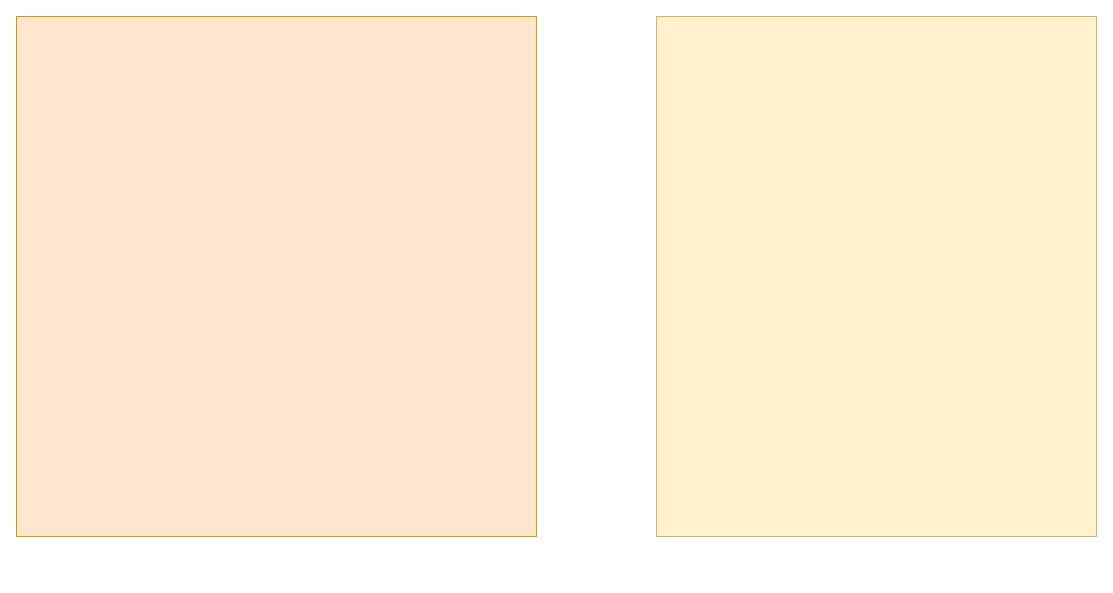
Before: CS/ComputerNetwork/LanChatStructureDiagram.drawio in umiskky/Diagrams, a draw.io diagram. Source tidied: cells renumbered, new cells numbered last; positions are measured from the earlier drawing's top-left corner, leaving out a move shared by most shapes. Both pictures are drawn from the tidied source at 100%, with x=0, y=0 at pixel (16, 16).
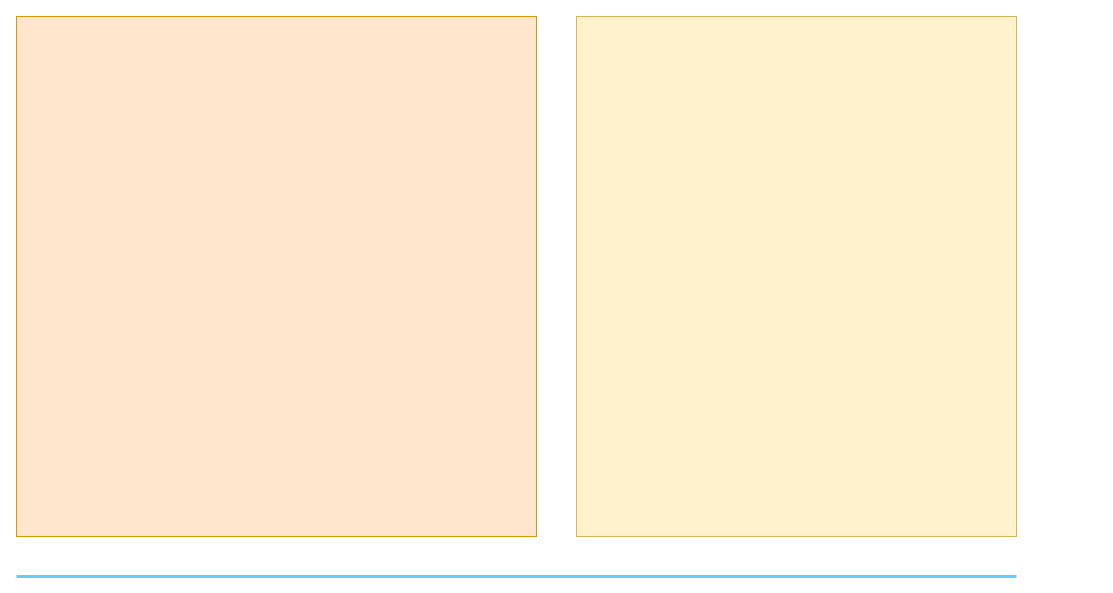
The same page after the edit.

What changed in the source:
```diff
@@
 <mxGraphModel>
   <root>
     <mxCell id="0" />
     <mxCell id="1" parent="0" />
     <mxCell id="2" style="rounded=0;whiteSpace=wrap;html=1;fillColor=#ffe6cc;strokeColor=#d79b00;" parent="1" vertex="1">
       <mxGeometry width="520" height="520" as="geometry" />
     </mxCell>
     <mxCell id="3" style="rounded=0;whiteSpace=wrap;html=1;fillColor=#fff2cc;strokeColor=#d6b656;" parent="1" vertex="1">
-      <mxGeometry x="640" width="440" height="520" as="geometry" />
+      <mxGeometry x="560" width="440" height="520" as="geometry" />
     </mxCell>
+    <mxCell id="4" style="endArrow=none;html=1;fillColor=#e1d5e7;strokeWidth=3;strokeColor=#66CCFF;" parent="1" edge="1">
+      <mxGeometry relative="1" as="geometry">
+        <mxPoint y="560" as="sourcePoint" />
+        <mxPoint x="1000" y="560" as="targetPoint" />
+      </mxGeometry>
+    </mxCell>
   </root>
 </mxGraphModel>
```
